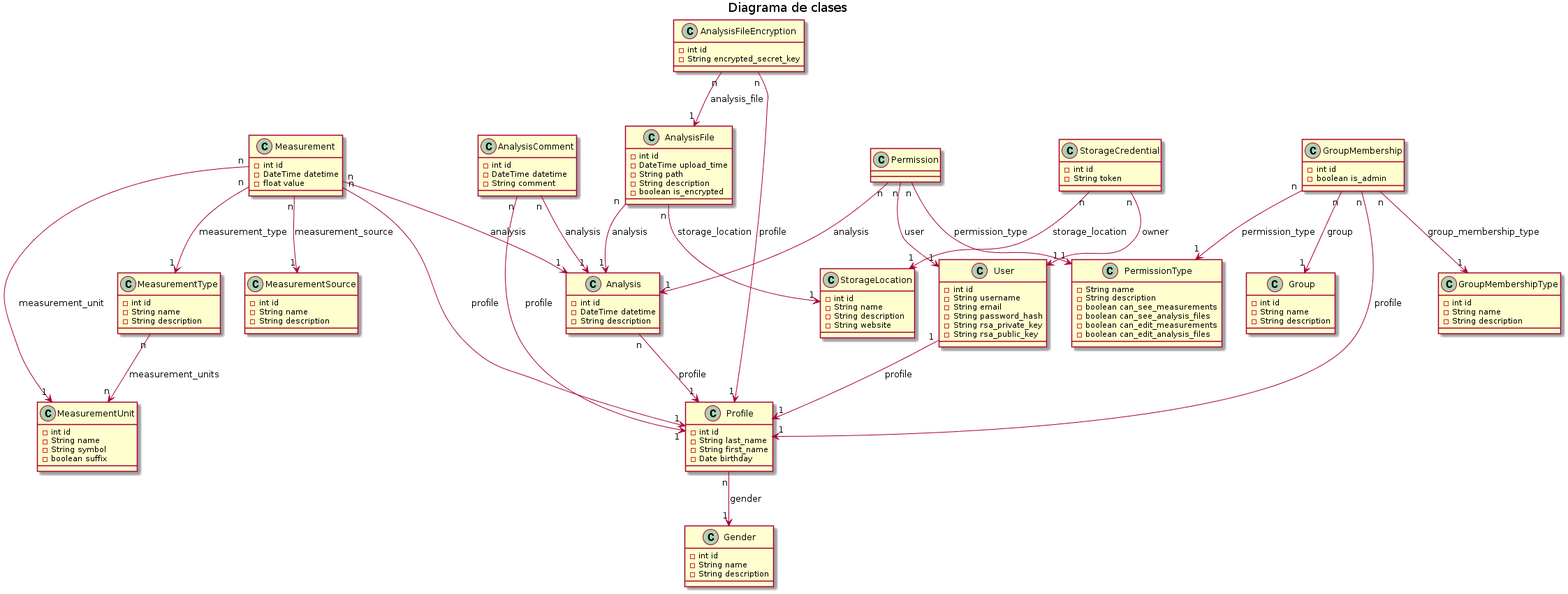
Before: uml/diagramaClases.png, a diagram exported from PlantUML (yaninagm/doc).
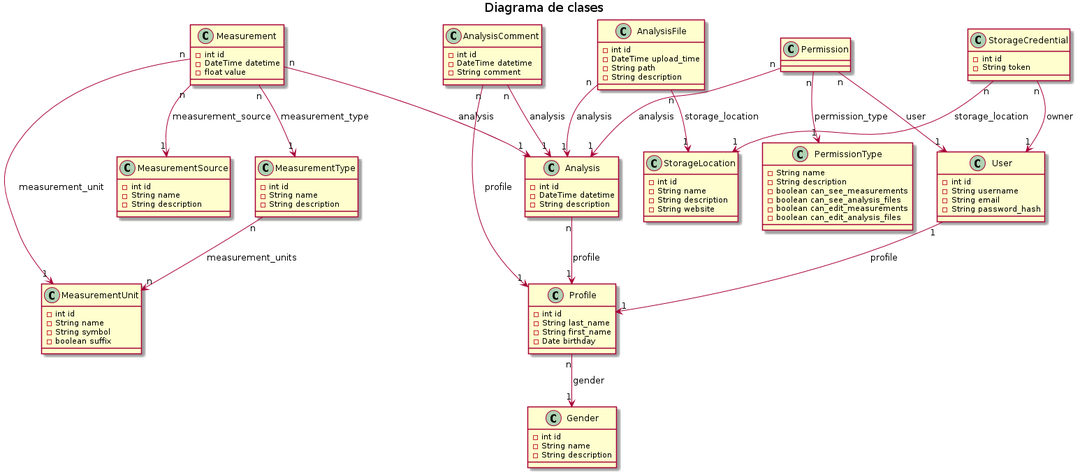
After the commit.

Commit message:
UML source sprint4

The edit, as a diff of the source:
```diff
@@ -45,8 +45,6 @@
     -String username
     -String email
     -String password_hash
-    -String rsa_private_key
-    -String rsa_public_key
 }
 
 class Analysis {
@@ -60,12 +58,6 @@
     -DateTime upload_time
     -String path
     -String description
-    -boolean is_encrypted
-}
-
-class AnalysisFileEncryption {
-    -int id
-    -String encrypted_secret_key
 }
 
 class Permission {
@@ -98,29 +90,11 @@
     -String comment
 }
 
-class Group {
-    -int id
-    -String name
-    -String description
-}
-
-class GroupMembership {
-    -int id
-    -boolean is_admin
-}
-
-class GroupMembershipType {
-    -int id
-    -String name
-    -String description
-}
-
 
 Measurement "n" --> "1" MeasurementUnit : measurement_unit
 Measurement "n" --> "1" MeasurementType : measurement_type
 Measurement "n" --> "1" MeasurementSource : measurement_source
 Measurement "n" --> "1" Analysis : analysis
-Measurement "n" --> "1" Profile : profile
 
 MeasurementType "n" --> "n" MeasurementUnit : measurement_units
 
@@ -135,9 +109,6 @@
 AnalysisComment "n" --> "1" Analysis : "analysis"
 AnalysisComment "n" --> "1" Profile : "profile"
 
-AnalysisFileEncryption "n" --> "1" AnalysisFile : analysis_file
-AnalysisFileEncryption "n" --> "1" Profile : profile
-
 Permission "n" --> "1" Analysis : analysis
 Permission "n" --> "1" PermissionType : permission_type
 Permission "n" --> "1" User : user
@@ -145,9 +116,4 @@
 StorageCredential "n" --> "1" User : owner
 StorageCredential "n" --> "1" StorageLocation : storage_location
 
-GroupMembership "n" --> "1" Group : group
-GroupMembership "n" --> "1" GroupMembershipType : group_membership_type
-GroupMembership "n" --> "1" Profile : profile
-GroupMembership "n" --> "1" PermissionType : permission_type
-
 @enduml
```
